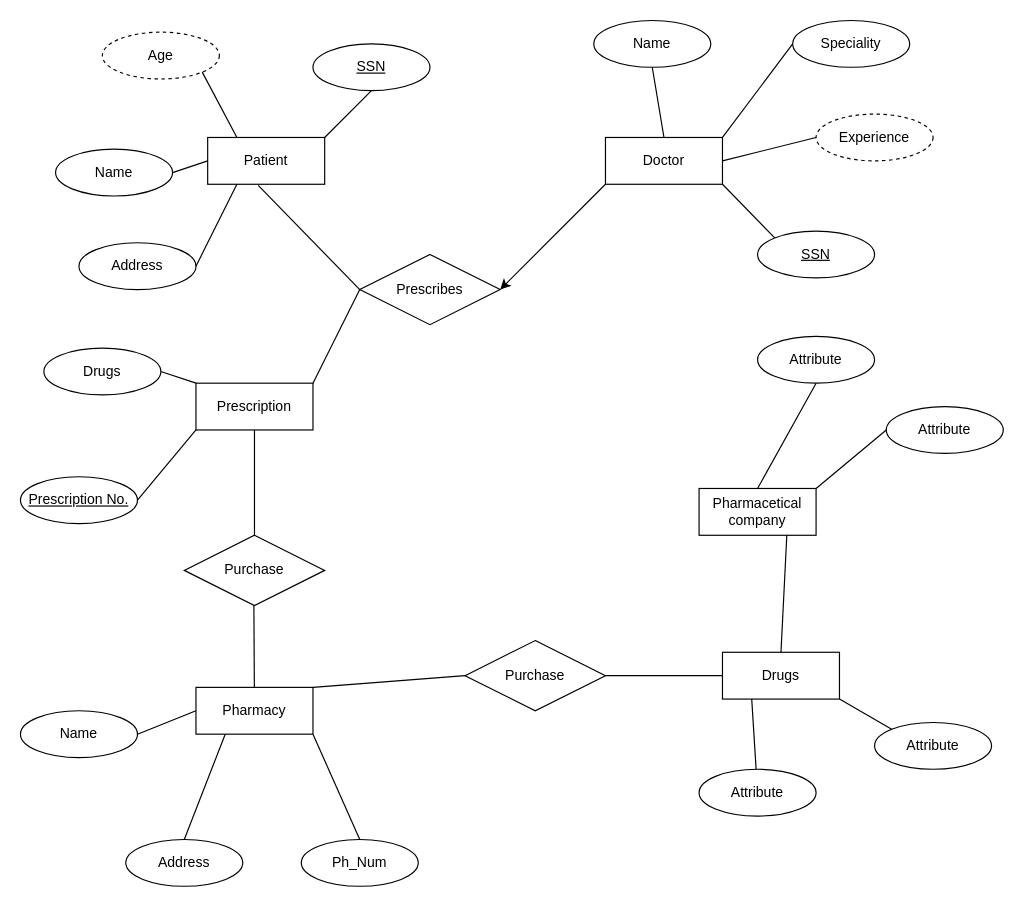
The draw.io diagram pharmacy.drawio in MuraliMK19/Disp, before the edit. Source tidied: cells renumbered, new cells numbered last; positions are measured from the earlier drawing's top-left corner, leaving out a move shared by most shapes. Both pictures are drawn from the tidied source at 117%, with x=0, y=0 at pixel (20, 20).
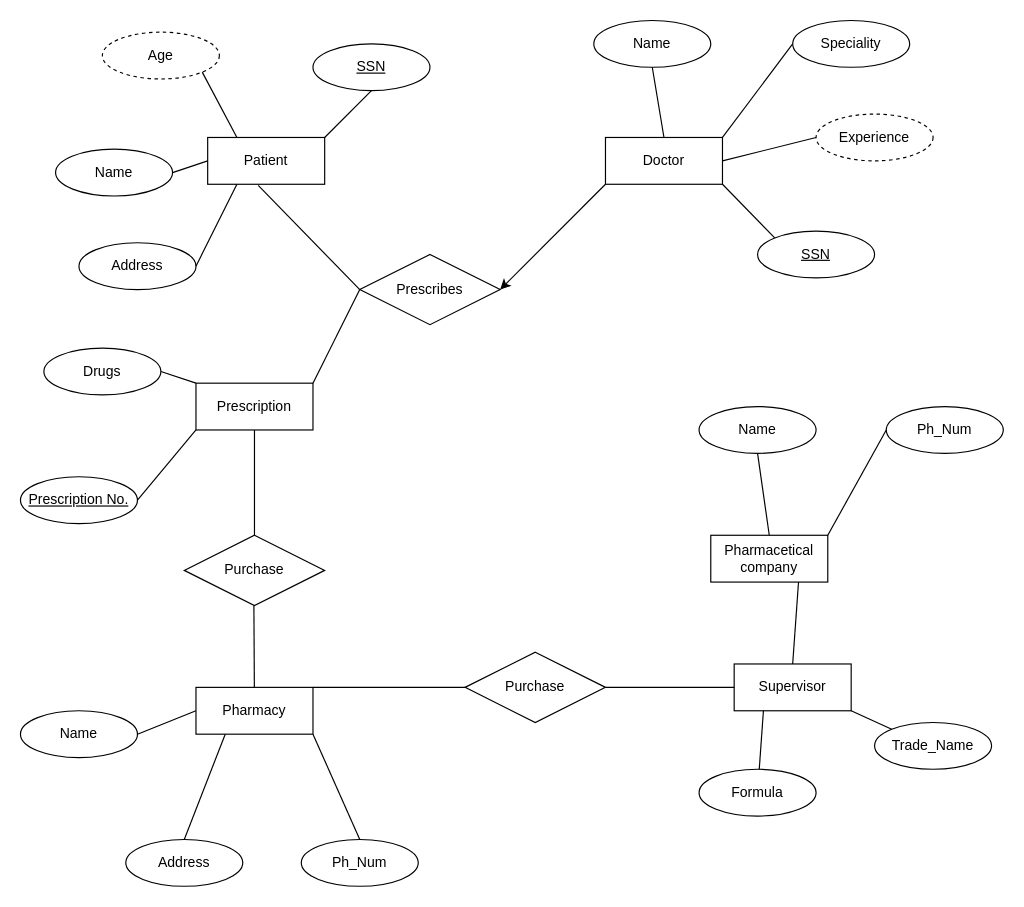
The same page after the edit.

Diff of the diagram source:
```diff
@@
-    <mxCell id="2" value="Drugs" style="whiteSpace=wrap;html=1;align=center;" parent="1" vertex="1">
-      <mxGeometry x="600" y="540" width="100" height="40" as="geometry" />
+    <mxCell id="2" value="Supervisor" style="whiteSpace=wrap;html=1;align=center;" parent="1" vertex="1">
+      <mxGeometry x="610" y="550" width="100" height="40" as="geometry" />
     </mxCell>
@@
     <mxCell id="4" value="Pharmacetical company" style="whiteSpace=wrap;html=1;align=center;" parent="1" vertex="1">
-      <mxGeometry x="580" y="400" width="100" height="40" as="geometry" />
+      <mxGeometry x="590" y="440" width="100" height="40" as="geometry" />
     </mxCell>
@@
     <mxCell id="15" value="Purchase" style="shape=rhombus;perimeter=rhombusPerimeter;whiteSpace=wrap;html=1;align=center;" parent="1" vertex="1">
-      <mxGeometry x="380" y="530" width="120" height="60" as="geometry" />
+      <mxGeometry x="380" y="540" width="120" height="60" as="geometry" />
     </mxCell>
@@
-    <mxCell id="22" value="Attribute" style="ellipse;whiteSpace=wrap;html=1;align=center;" parent="1" vertex="1">
-      <mxGeometry x="630" y="270" width="100" height="40" as="geometry" />
+    <mxCell id="22" value="Name" style="ellipse;whiteSpace=wrap;html=1;align=center;" parent="1" vertex="1">
+      <mxGeometry x="580" y="330" width="100" height="40" as="geometry" />
     </mxCell>
@@
-    <mxCell id="25" value="Attribute" style="ellipse;whiteSpace=wrap;html=1;align=center;" parent="1" vertex="1">
+    <mxCell id="25" value="Ph_Num" style="ellipse;whiteSpace=wrap;html=1;align=center;" parent="1" vertex="1">
       <mxGeometry x="740" y="330" width="100" height="40" as="geometry" />
     </mxCell>
-    <mxCell id="26" value="Attribute" style="ellipse;whiteSpace=wrap;html=1;align=center;" parent="1" vertex="1">
+    <mxCell id="26" value="Trade_Name" style="ellipse;whiteSpace=wrap;html=1;align=center;" parent="1" vertex="1">
       <mxGeometry x="730" y="600" width="100" height="40" as="geometry" />
     </mxCell>
-    <mxCell id="27" value="Attribute" style="ellipse;whiteSpace=wrap;html=1;align=center;" parent="1" vertex="1">
+    <mxCell id="27" value="Formula" style="ellipse;whiteSpace=wrap;html=1;align=center;" parent="1" vertex="1">
       <mxGeometry x="580" y="640" width="100" height="40" as="geometry" />
     </mxCell>
```
